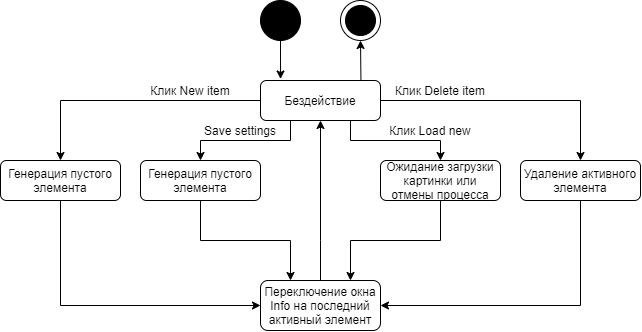
Earlier version of the draw.io export Documents/System project/State/State.png (brigada-popov-syomin-bogdanova/trtpo_lab). Source tidied: cells renumbered, new cells last; positions are measured from the earlier drawing's top-left corner, leaving out a move shared by most shapes.
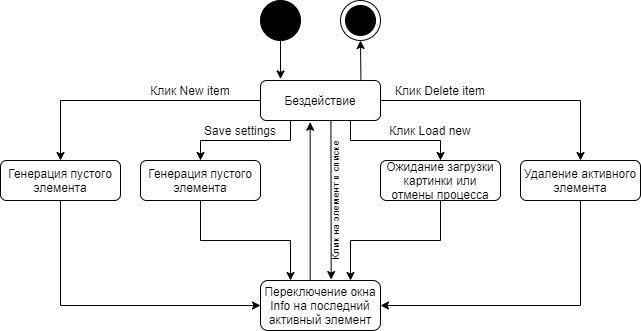
The same diagram one commit later.

Commit message:
Update state diagram

Diff of the diagram source:
```diff
@@ -34,13 +34,6 @@
     <mxCell id="9" value="Переключение окна Info на последний активный элемент" style="rounded=1;whiteSpace=wrap;html=1;fontSize=12;glass=0;strokeWidth=1;shadow=0;" parent="1" vertex="1">
       <mxGeometry x="260" y="280" width="120" height="50" as="geometry" />
     </mxCell>
-    <mxCell id="10" style="endArrow=classic;html=1;exitX=0.5;exitY=0;exitDx=0;exitDy=0;rounded=0;entryX=0.5;entryY=1;entryDx=0;entryDy=0;" parent="1" edge="1" source="9" target="3">
-      <mxGeometry relative="1" as="geometry">
-        <Array as="points">
-          <mxPoint x="320" y="240" />
-        </Array>
-      </mxGeometry>
-    </mxCell>
     <mxCell id="11" style="endArrow=classic;html=1;exitX=1;exitY=0.5;exitDx=0;exitDy=0;entryX=0.5;entryY=0;entryDx=0;entryDy=0;rounded=0;" parent="1" edge="1" source="3" target="12">
       <mxGeometry relative="1" as="geometry">
         <Array as="points">
@@ -114,5 +107,14 @@
         </Array>
       </mxGeometry>
     </mxCell>
+    <mxCell id="10" style="endArrow=classic;html=1;entryX=0.414;entryY=1.043;entryDx=0;entryDy=0;entryPerimeter=0;exitX=0.414;exitY=-0.003;exitDx=0;exitDy=0;exitPerimeter=0;" parent="1" edge="1" source="9" target="3">
+      <mxGeometry relative="1" as="geometry" />
+    </mxCell>
+    <mxCell id="26" style="endArrow=classic;html=1;exitX=0.587;exitY=1.023;exitDx=0;exitDy=0;exitPerimeter=0;entryX=0.589;entryY=-0.019;entryDx=0;entryDy=0;entryPerimeter=0;" parent="1" edge="1" source="3" target="9">
+      <mxGeometry relative="1" as="geometry" />
+    </mxCell>
+    <mxCell id="27" value="Клик на элемент в списке" style="text;html=1;strokeColor=none;fillColor=none;align=center;verticalAlign=middle;whiteSpace=wrap;rounded=0;rotation=-90;fontSize=10;" parent="1" vertex="1">
+      <mxGeometry x="260" y="190" width="150" height="20" as="geometry" />
+    </mxCell>
   </root>
 </mxGraphModel>
```
